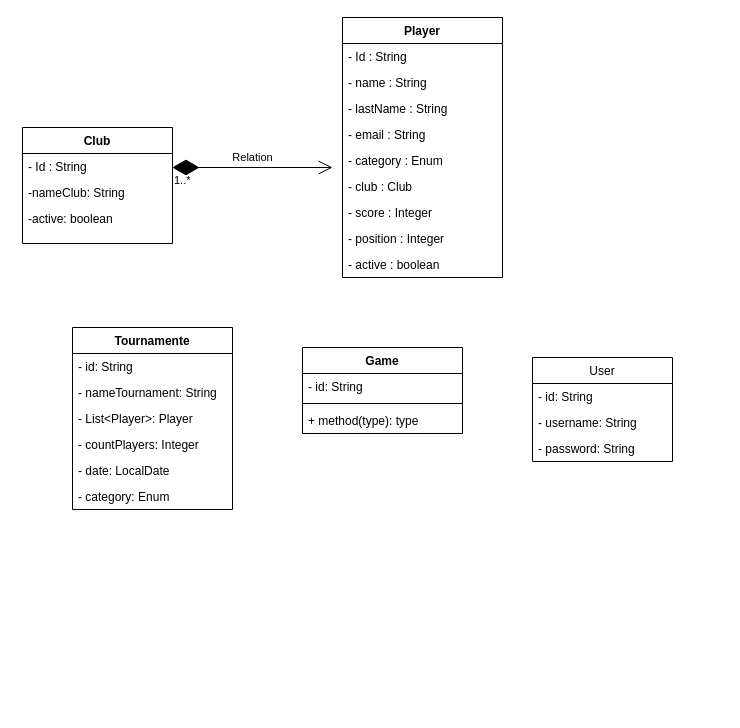
Above: Diagrama sin título.drawio in Lucasfranco1/UML-leones (draw.io), before the change. Source tidied: cells renumbered, new cells numbered last; positions are measured from the earlier drawing's top-left corner, leaving out a move shared by most shapes. Both pictures are drawn from the tidied source at 100%, with x=0, y=0 at pixel (22, 17).
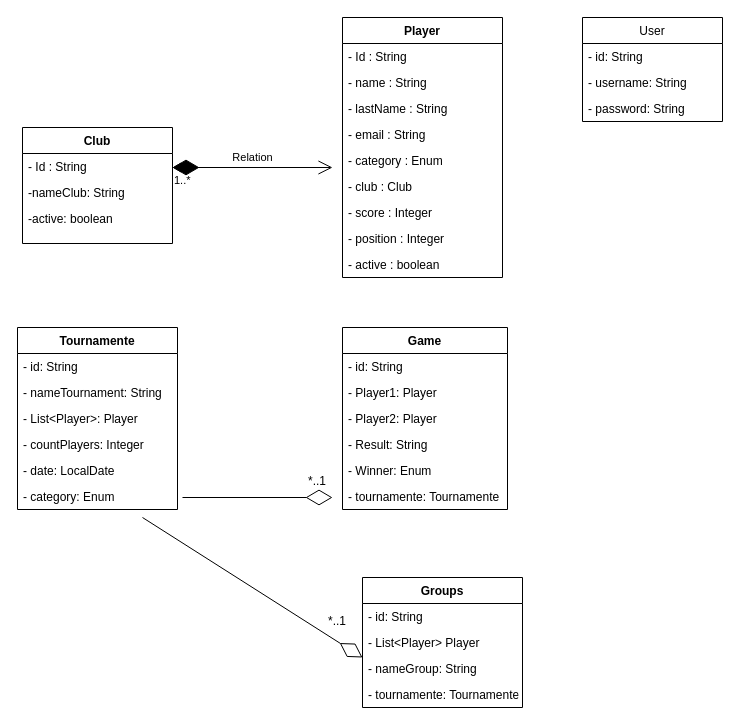
The same diagram, later.

Commit message:
Actualizar Diagrama leones

What changed in the source:
```diff
@@
     <mxCell id="20" value="User" style="swimlane;fontStyle=0;horizontal=1;startSize=26;fillColor=none;" parent="1" vertex="1">
-      <mxGeometry x="510" y="340" width="140" height="104" as="geometry" />
+      <mxGeometry x="560" width="140" height="104" as="geometry" />
     </mxCell>
@@
     <mxCell id="24" value="Tournamente" style="swimlane;fontStyle=1;align=center;verticalAlign=top;horizontal=1;startSize=26;" parent="1" vertex="1">
-      <mxGeometry x="50" y="310" width="160" height="182" as="geometry" />
+      <mxGeometry x="-5" y="310" width="160" height="182" as="geometry" />
     </mxCell>
@@
     <mxCell id="31" value="Game" style="swimlane;fontStyle=1;align=center;verticalAlign=top;horizontal=1;startSize=26;" parent="1" vertex="1">
-      <mxGeometry x="280" y="330" width="160" height="86" as="geometry" />
+      <mxGeometry x="320" y="310" width="165" height="182" as="geometry" />
     </mxCell>
+    <mxCell id="35" value="- id: String" style="text;strokeColor=none;fillColor=none;align=left;verticalAlign=top;spacingLeft=4;spacingRight=4;overflow=hidden;" parent="31" vertex="1">
+      <mxGeometry y="26" width="165" height="26" as="geometry" />
+    </mxCell>
+    <mxCell id="36" value="- Player1: Player&#10;" style="text;strokeColor=none;fillColor=none;align=left;verticalAlign=top;spacingLeft=4;spacingRight=4;overflow=hidden;" parent="31" vertex="1">
+      <mxGeometry y="52" width="165" height="26" as="geometry" />
+    </mxCell>
+    <mxCell id="37" value="- Player2: Player&#10;" style="text;strokeColor=none;fillColor=none;align=left;verticalAlign=top;spacingLeft=4;spacingRight=4;overflow=hidden;" parent="31" vertex="1">
+      <mxGeometry y="78" width="165" height="26" as="geometry" />
+    </mxCell>
+    <mxCell id="38" value="- Result: String" style="text;strokeColor=none;fillColor=none;align=left;verticalAlign=top;spacingLeft=4;spacingRight=4;overflow=hidden;" parent="31" vertex="1">
+      <mxGeometry y="104" width="165" height="26" as="geometry" />
+    </mxCell>
+    <mxCell id="39" value="- Winner: Enum" style="text;strokeColor=none;fillColor=none;align=left;verticalAlign=top;spacingLeft=4;spacingRight=4;overflow=hidden;" parent="31" vertex="1">
+      <mxGeometry y="130" width="165" height="26" as="geometry" />
+    </mxCell>
-    <mxCell id="32" value="- id: String" style="text;strokeColor=none;fillColor=none;align=left;verticalAlign=top;spacingLeft=4;spacingRight=4;overflow=hidden;" parent="31" vertex="1">
-      <mxGeometry y="26" width="160" height="26" as="geometry" />
+    <mxCell id="32" value="- tournamente: Tournamente" style="text;strokeColor=none;fillColor=none;align=left;verticalAlign=top;spacingLeft=4;spacingRight=4;overflow=hidden;" parent="31" vertex="1">
+      <mxGeometry y="156" width="165" height="26" as="geometry" />
     </mxCell>
-    <mxCell id="33" style="line;strokeWidth=1;fillColor=none;align=left;verticalAlign=middle;spacingTop=-1;spacingLeft=3;spacingRight=3;labelPosition=right;strokeColor=inherit;" parent="31" vertex="1">
-      <mxGeometry y="52" width="160" height="8" as="geometry" />
-    </mxCell>
-    <mxCell id="34" value="+ method(type): type" style="text;strokeColor=none;fillColor=none;align=left;verticalAlign=top;spacingLeft=4;spacingRight=4;overflow=hidden;" parent="31" vertex="1">
-      <mxGeometry y="60" width="160" height="26" as="geometry" />
-    </mxCell>
+    <mxCell id="40" value="Groups" style="swimlane;fontStyle=1;align=center;verticalAlign=top;horizontal=1;startSize=26;" parent="1" vertex="1">
+      <mxGeometry x="340" y="560" width="160" height="130" as="geometry" />
+    </mxCell>
+    <mxCell id="41" value="- id: String" style="text;strokeColor=none;fillColor=none;align=left;verticalAlign=top;spacingLeft=4;spacingRight=4;overflow=hidden;" parent="40" vertex="1">
+      <mxGeometry y="26" width="160" height="26" as="geometry" />
+    </mxCell>
+    <mxCell id="42" value="- List&lt;Player&gt; Player" style="text;strokeColor=none;fillColor=none;align=left;verticalAlign=top;spacingLeft=4;spacingRight=4;overflow=hidden;" parent="40" vertex="1">
+      <mxGeometry y="52" width="160" height="26" as="geometry" />
+    </mxCell>
+    <mxCell id="43" value="- nameGroup: String" style="text;strokeColor=none;fillColor=none;align=left;verticalAlign=top;spacingLeft=4;spacingRight=4;overflow=hidden;" parent="40" vertex="1">
+      <mxGeometry y="78" width="160" height="26" as="geometry" />
+    </mxCell>
+    <mxCell id="44" value="- tournamente: Tournamente" style="text;strokeColor=none;fillColor=none;align=left;verticalAlign=top;spacingLeft=4;spacingRight=4;overflow=hidden;" parent="40" vertex="1">
+      <mxGeometry y="104" width="160" height="26" as="geometry" />
+    </mxCell>
+    <mxCell id="45" style="endArrow=diamondThin;endFill=0;endSize=24;html=1;rounded=0;" parent="1" edge="1">
+      <mxGeometry relative="1" as="geometry">
+        <mxPoint x="160" y="480" as="sourcePoint" />
+        <mxPoint x="310" y="480" as="targetPoint" />
+      </mxGeometry>
+    </mxCell>
+    <mxCell id="46" value="*..1" style="text;strokeColor=none;fillColor=none;align=left;verticalAlign=top;spacingLeft=4;spacingRight=4;overflow=hidden;" parent="1" vertex="1">
+      <mxGeometry x="280" y="450" width="100" height="26" as="geometry" />
+    </mxCell>
+    <mxCell id="47" style="endArrow=diamondThin;endFill=0;endSize=24;html=1;rounded=0;" parent="1" edge="1">
+      <mxGeometry relative="1" as="geometry">
+        <mxPoint x="120" y="500" as="sourcePoint" />
+        <mxPoint x="340" y="640" as="targetPoint" />
+      </mxGeometry>
+    </mxCell>
+    <mxCell id="48" value="*..1" style="text;strokeColor=none;fillColor=none;align=left;verticalAlign=top;spacingLeft=4;spacingRight=4;overflow=hidden;" parent="1" vertex="1">
+      <mxGeometry x="300" y="590" width="100" height="26" as="geometry" />
+    </mxCell>
```
